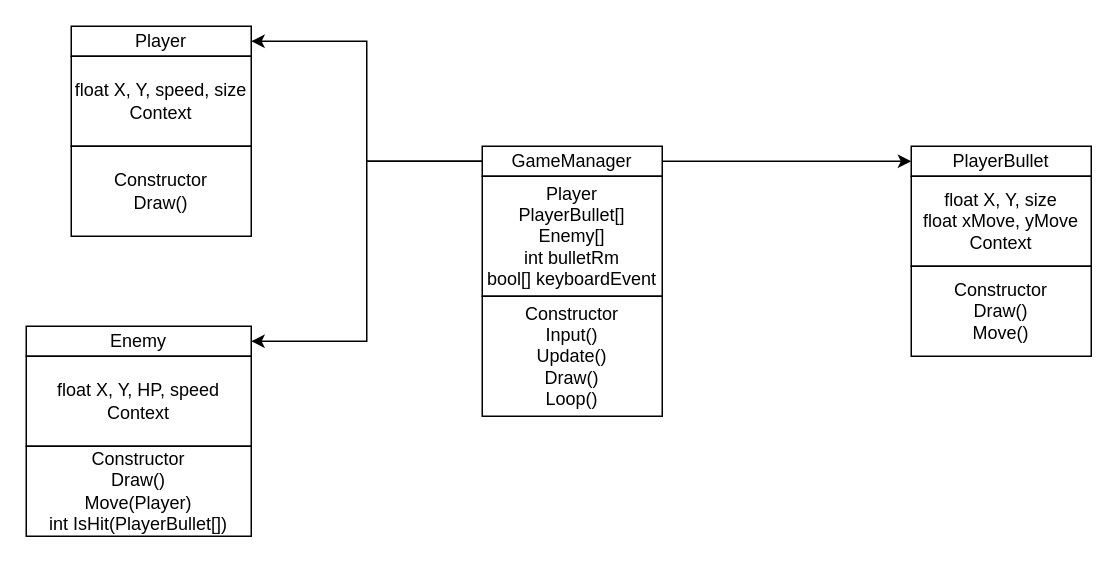
Earlier version of the draw.io diagram 클래스 구조도.drawio (GTByun/RWStudy). Source tidied: cells renumbered, new cells numbered last; positions are measured from the earlier drawing's top-left corner, leaving out a move shared by most shapes. Both pictures are drawn from the tidied source at 150%, with x=0, y=0 at pixel (26, 26).
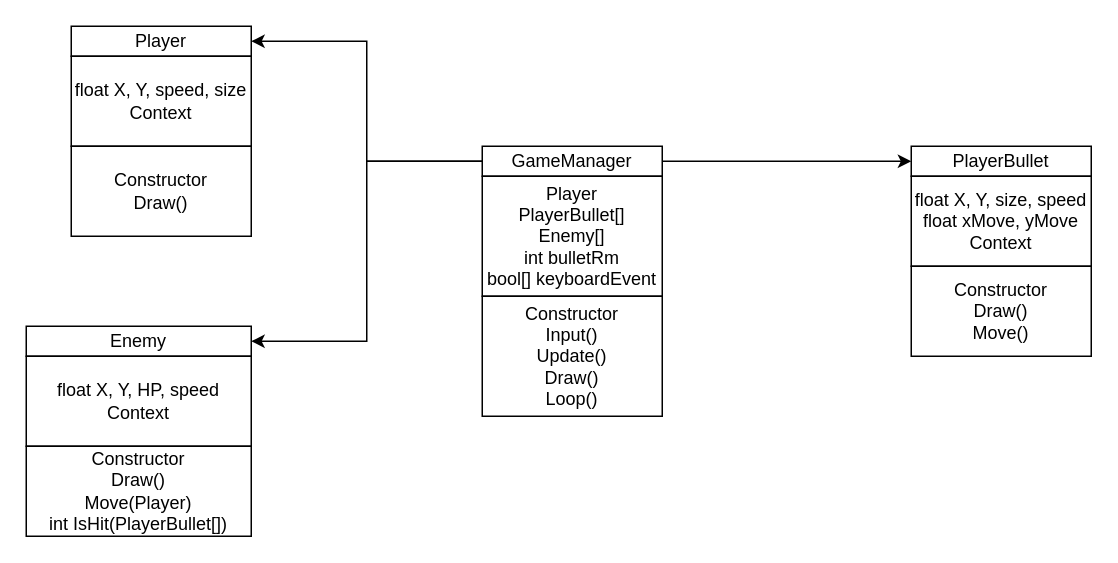
The same diagram, later.

Commit message (it also covers changes not shown here):
[GT] 다이어그램 설명

What changed in the source:
```diff
@@
 <mxGraphModel>
   <root>
     <mxCell id="0" />
     <mxCell id="1" parent="0" />
     <mxCell id="2" style="edgeStyle=orthogonalEdgeStyle;rounded=0;jettySize=auto;html=1;entryX=1;entryY=0.5;entryDx=0;entryDy=0;" parent="1" edge="1" source="5" target="8">
       <mxGeometry relative="1" as="geometry" />
     </mxCell>
     <mxCell id="3" style="edgeStyle=orthogonalEdgeStyle;rounded=0;jettySize=auto;html=1;entryX=1;entryY=0.5;entryDx=0;entryDy=0;" parent="1" edge="1" source="5" target="11">
       <mxGeometry relative="1" as="geometry" />
     </mxCell>
     <mxCell id="4" style="edgeStyle=orthogonalEdgeStyle;rounded=0;jettySize=auto;html=1;entryX=0;entryY=0.5;entryDx=0;entryDy=0;" parent="1" edge="1" source="5" target="14">
       <mxGeometry relative="1" as="geometry" />
     </mxCell>
     <mxCell id="5" value="GameManager" style="rounded=0;whiteSpace=wrap;html=1;" parent="1" vertex="1">
       <mxGeometry x="304" y="80" width="120" height="20" as="geometry" />
     </mxCell>
     <mxCell id="6" value="Player&lt;br&gt;PlayerBullet[]&lt;br&gt;Enemy[]&lt;br&gt;int bulletRm&lt;br&gt;bool[] keyboardEvent" style="rounded=0;whiteSpace=wrap;html=1;" parent="1" vertex="1">
       <mxGeometry x="304" y="100" width="120" height="80" as="geometry" />
     </mxCell>
     <mxCell id="7" value="Constructor&lt;br&gt;Input()&lt;br&gt;Update()&lt;br&gt;Draw()&lt;br&gt;Loop()" style="rounded=0;whiteSpace=wrap;html=1;" parent="1" vertex="1">
       <mxGeometry x="304" y="180" width="120" height="80" as="geometry" />
     </mxCell>
     <mxCell id="8" value="Player" style="rounded=0;whiteSpace=wrap;html=1;" parent="1" vertex="1">
       <mxGeometry x="30" width="120" height="20" as="geometry" />
     </mxCell>
     <mxCell id="9" value="float&amp;nbsp;X, Y, speed, size&lt;br&gt;Context" style="rounded=0;whiteSpace=wrap;html=1;" parent="1" vertex="1">
       <mxGeometry x="30" y="20" width="120" height="60" as="geometry" />
     </mxCell>
     <mxCell id="10" value="Constructor&lt;br&gt;Draw()" style="rounded=0;whiteSpace=wrap;html=1;" parent="1" vertex="1">
       <mxGeometry x="30" y="80" width="120" height="60" as="geometry" />
     </mxCell>
     <mxCell id="11" value="Enemy" style="rounded=0;whiteSpace=wrap;html=1;" parent="1" vertex="1">
       <mxGeometry y="200" width="150" height="20" as="geometry" />
     </mxCell>
     <mxCell id="12" value="float&amp;nbsp;X, Y, HP, speed&lt;br&gt;Context" style="rounded=0;whiteSpace=wrap;html=1;" parent="1" vertex="1">
       <mxGeometry y="220" width="150" height="60" as="geometry" />
     </mxCell>
     <mxCell id="13" value="Constructor&lt;br&gt;Draw()&lt;br&gt;Move(Player)&lt;br&gt;int IsHit(PlayerBullet[])" style="rounded=0;whiteSpace=wrap;html=1;" parent="1" vertex="1">
       <mxGeometry y="280" width="150" height="60" as="geometry" />
     </mxCell>
     <mxCell id="14" value="PlayerBullet" style="rounded=0;whiteSpace=wrap;html=1;" parent="1" vertex="1">
       <mxGeometry x="590" y="80" width="120" height="20" as="geometry" />
     </mxCell>
-    <mxCell id="15" value="float&amp;nbsp;X, Y, size&lt;br&gt;float xMove, yMove&lt;br&gt;Context" style="rounded=0;whiteSpace=wrap;html=1;" parent="1" vertex="1">
+    <mxCell id="15" value="float&amp;nbsp;X, Y, size, speed&lt;br&gt;float xMove, yMove&lt;br&gt;Context" style="rounded=0;whiteSpace=wrap;html=1;" parent="1" vertex="1">
       <mxGeometry x="590" y="100" width="120" height="60" as="geometry" />
     </mxCell>
     <mxCell id="16" value="Constructor&lt;br&gt;Draw()&lt;br&gt;Move()" style="rounded=0;whiteSpace=wrap;html=1;" parent="1" vertex="1">
       <mxGeometry x="590" y="160" width="120" height="60" as="geometry" />
     </mxCell>
   </root>
 </mxGraphModel>
```
